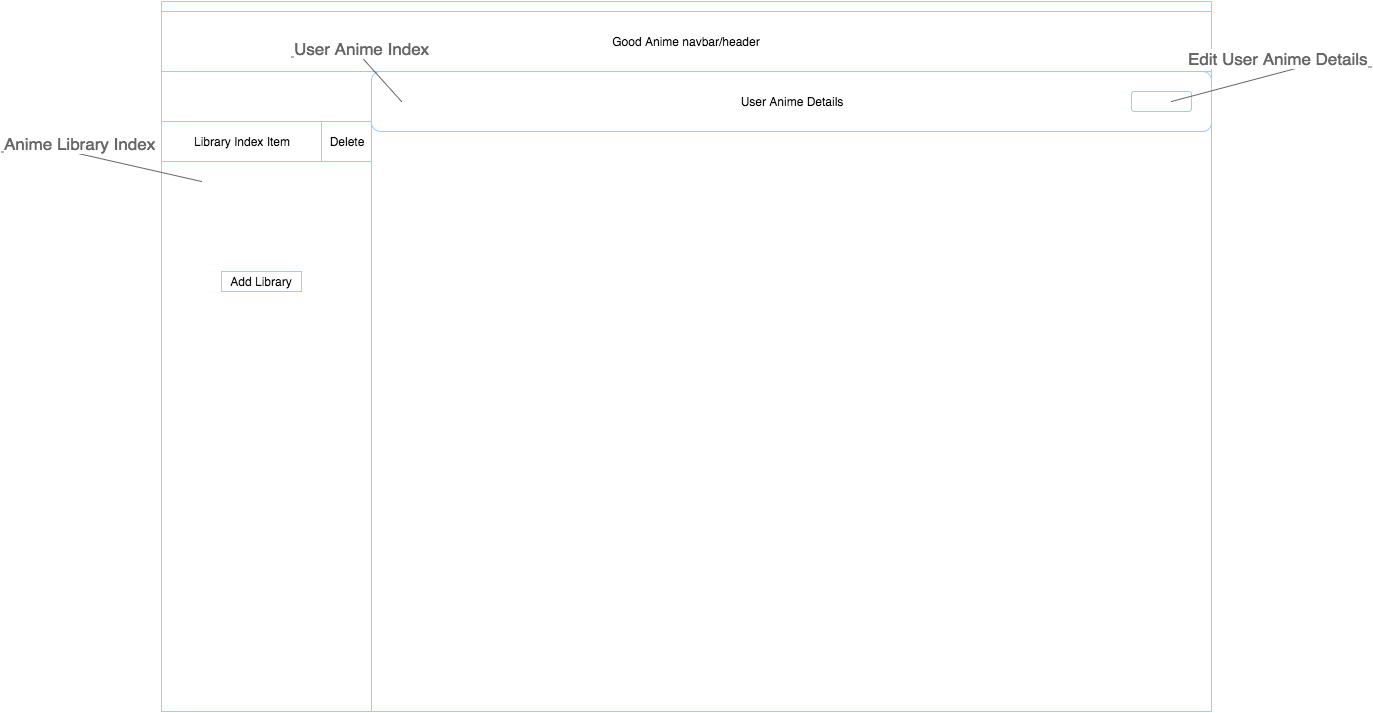
Before: docs/wireframes/home-logged-in.png, a diagram exported from draw.io (ygu93/GoodAnimes). Source tidied: cells renumbered, new cells last; positions are measured from the earlier drawing's top-left corner, leaving out a move shared by most shapes. Its diagram source:
```xml
<mxGraphModel>
  <root>
    <mxCell id="0" />
    <mxCell id="1" parent="0" />
    <mxCell id="2" style="whiteSpace=wrap;html=1;labelBackgroundColor=#FFFFFF;strokeColor=#99CCFF;fillColor=#FFFFFF;fontColor=#000000;" parent="1" vertex="1">
      <mxGeometry x="160" width="1050" height="710" as="geometry" />
    </mxCell>
    <mxCell id="3" value="Good Anime navbar/header&lt;br&gt;" style="whiteSpace=wrap;html=1;labelBackgroundColor=#FFFFFF;strokeColor=#99CCFF;fillColor=#FFFFFF;fontColor=#000000;" parent="1" vertex="1">
      <mxGeometry x="160" y="10" width="1050" height="60" as="geometry" />
    </mxCell>
    <mxCell id="4" style="whiteSpace=wrap;html=1;labelBackgroundColor=#FFFFFF;strokeColor=#99CCFF;fillColor=#FFFFFF;fontColor=#000000;" parent="1" vertex="1">
      <mxGeometry x="370" y="90" width="840" height="620" as="geometry" />
    </mxCell>
    <mxCell id="5" value="User Anime Details&lt;br&gt;" style="rounded=1;whiteSpace=wrap;html=1;labelBackgroundColor=#FFFFFF;strokeColor=#99CCFF;fillColor=#FFFFFF;fontColor=#000000;" parent="1" vertex="1">
      <mxGeometry x="370" y="70" width="840" height="60" as="geometry" />
    </mxCell>
    <mxCell id="6" value="User Anime Index&lt;br&gt;" style="strokeWidth=1;shadow=0;dashed=0;align=center;html=1;shape=mxgraph.mockup.text.callout;linkText=;textSize=17;textColor=#666666;callDir=NW;callStyle=line;fontSize=17;fontColor=#666666;align=left;verticalAlign=top;strokeColor=#666666;labelBackgroundColor=#FFFFFF;fillColor=#FFFFFF;direction=east;" parent="1" vertex="1">
      <mxGeometry x="290" y="30" width="110" height="70" as="geometry" />
    </mxCell>
    <mxCell id="7" value="Anime Library Index&lt;br&gt;" style="strokeWidth=1;shadow=0;dashed=0;align=center;html=1;shape=mxgraph.mockup.text.callout;linkText=;textSize=17;textColor=#666666;callDir=NW;callStyle=line;fontSize=17;fontColor=#666666;align=left;verticalAlign=top;strokeColor=#666666;labelBackgroundColor=#FFFFFF;fillColor=#FFFFFF;" parent="1" vertex="1">
      <mxGeometry y="125" width="200" height="55" as="geometry" />
    </mxCell>
    <mxCell id="8" style="rounded=1;whiteSpace=wrap;html=1;labelBackgroundColor=#FFFFFF;strokeColor=#99CCFF;fillColor=#FFFFFF;fontColor=#000000;" parent="1" vertex="1">
      <mxGeometry x="1130" y="90" width="60" height="20" as="geometry" />
    </mxCell>
    <mxCell id="9" value="Edit User Anime Details&lt;br&gt;" style="strokeWidth=1;shadow=0;dashed=0;align=center;html=1;shape=mxgraph.mockup.text.callout;linkText=;textSize=17;textColor=#666666;callDir=NE;callStyle=line;fontSize=17;fontColor=#666666;align=right;verticalAlign=top;strokeColor=#666666;labelBackgroundColor=#FFFFFF;fillColor=#FFFFFF;" parent="1" vertex="1">
      <mxGeometry x="1170" y="40" width="200" height="60" as="geometry" />
    </mxCell>
    <mxCell id="10" value="Library Index Item&lt;br&gt;" style="whiteSpace=wrap;html=1;labelBackgroundColor=#FFFFFF;strokeColor=#99CCFF;fillColor=#FFFFFF;fontColor=#000000;" parent="1" vertex="1">
      <mxGeometry x="160" y="120" width="160" height="40" as="geometry" />
    </mxCell>
    <mxCell id="11" value="Add Library&lt;br&gt;" style="whiteSpace=wrap;html=1;labelBackgroundColor=#FFFFFF;strokeColor=#99CCFF;fillColor=#FFFFFF;fontColor=#000000;" parent="1" vertex="1">
      <mxGeometry x="220" y="270" width="80" height="20" as="geometry" />
    </mxCell>
    <mxCell id="12" value="Delete" style="whiteSpace=wrap;html=1;labelBackgroundColor=#FFFFFF;strokeColor=#99CCFF;fillColor=#FFFFFF;fontColor=#000000;" parent="1" vertex="1">
      <mxGeometry x="320" y="120" width="50" height="40" as="geometry" />
    </mxCell>
  </root>
</mxGraphModel>
```
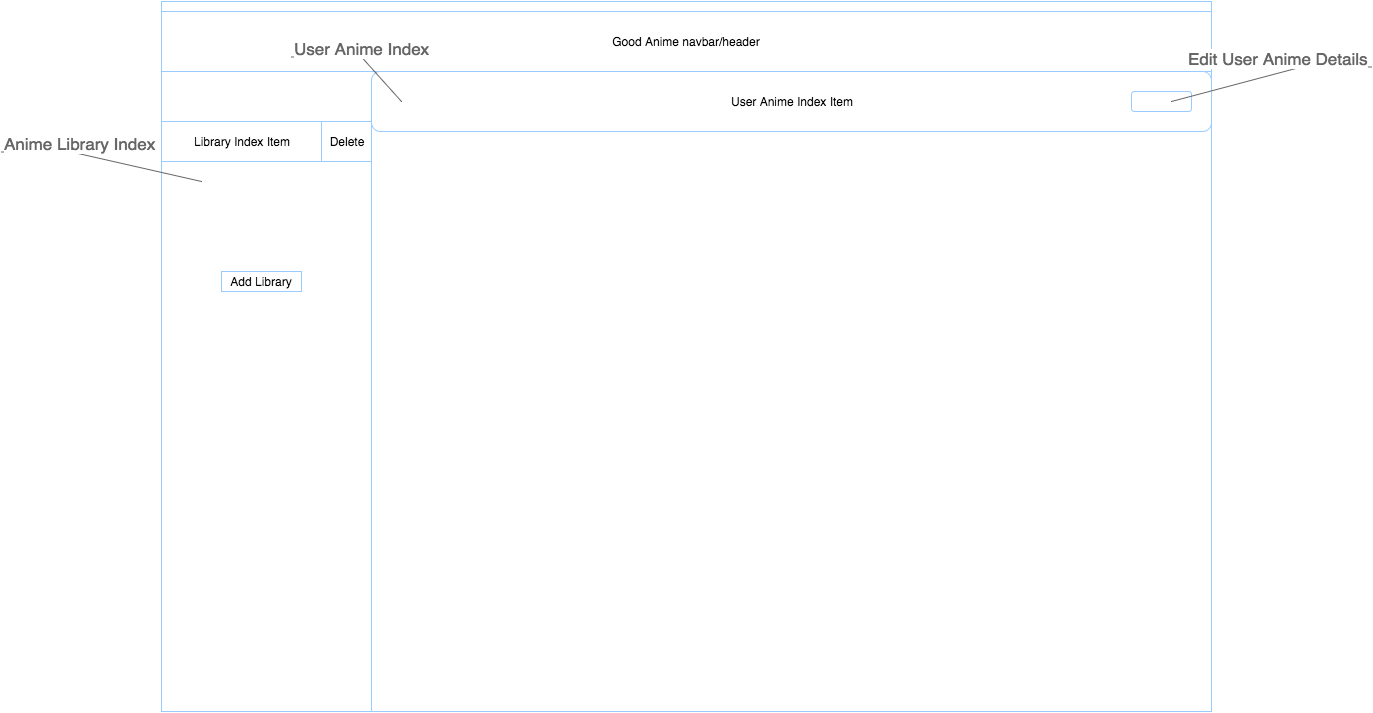
The same diagram one commit later.

The edit, as a diff of the source:
```diff
@@ -11,7 +11,7 @@
     <mxCell id="4" style="whiteSpace=wrap;html=1;labelBackgroundColor=#FFFFFF;strokeColor=#99CCFF;fillColor=#FFFFFF;fontColor=#000000;" parent="1" vertex="1">
       <mxGeometry x="370" y="90" width="840" height="620" as="geometry" />
     </mxCell>
-    <mxCell id="5" value="User Anime Details&lt;br&gt;" style="rounded=1;whiteSpace=wrap;html=1;labelBackgroundColor=#FFFFFF;strokeColor=#99CCFF;fillColor=#FFFFFF;fontColor=#000000;" parent="1" vertex="1">
+    <mxCell id="5" value="User Anime Index Item&lt;br&gt;" style="rounded=1;whiteSpace=wrap;html=1;labelBackgroundColor=#FFFFFF;strokeColor=#99CCFF;fillColor=#FFFFFF;fontColor=#000000;" parent="1" vertex="1">
       <mxGeometry x="370" y="70" width="840" height="60" as="geometry" />
     </mxCell>
     <mxCell id="6" value="User Anime Index&lt;br&gt;" style="strokeWidth=1;shadow=0;dashed=0;align=center;html=1;shape=mxgraph.mockup.text.callout;linkText=;textSize=17;textColor=#666666;callDir=NW;callStyle=line;fontSize=17;fontColor=#666666;align=left;verticalAlign=top;strokeColor=#666666;labelBackgroundColor=#FFFFFF;fillColor=#FFFFFF;direction=east;" parent="1" vertex="1">
```
